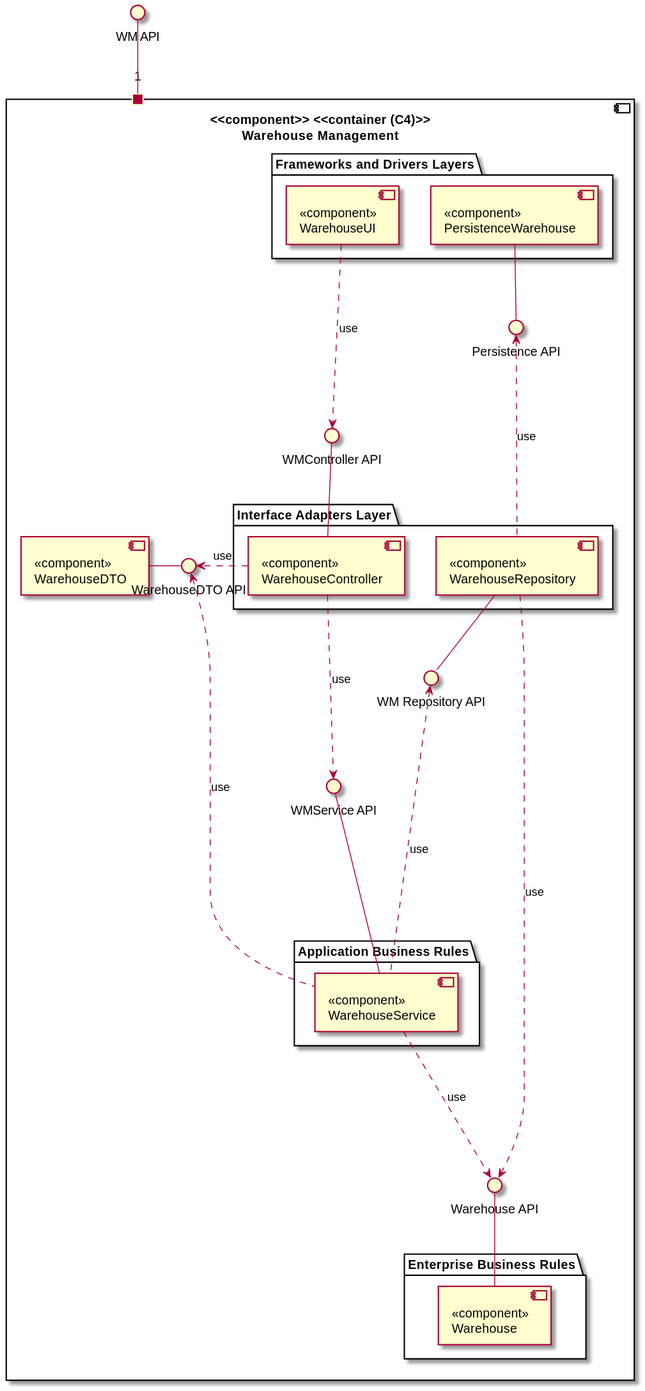
The PlantUML diagram Documents/Deployment Diagrams/Level 3/WarehouseManagement/Logic View/Level 3 - Logic View - WM.svg in 0franciscor/dei_3dj_057, before a commit.
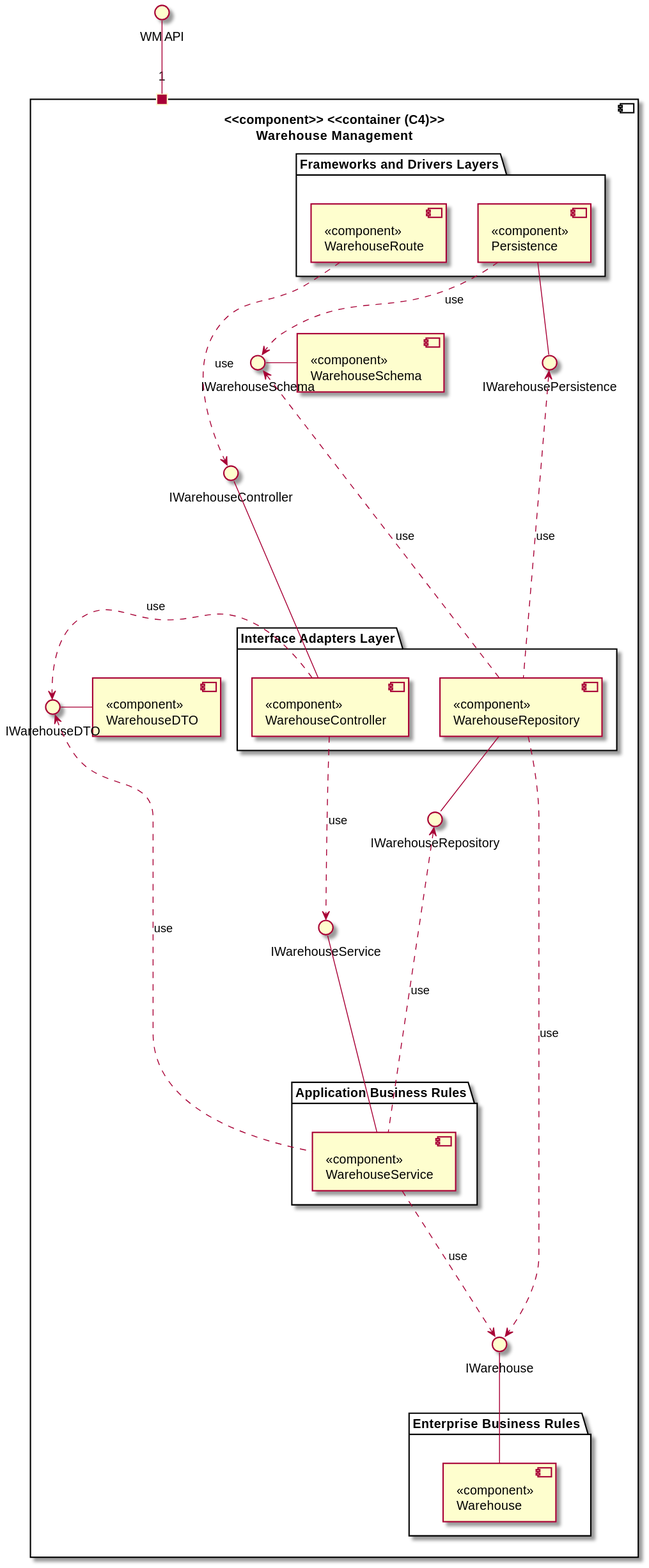
After the change.

Commit message:
#25 - Aletrações no diagrama de vista lógica nível 3 da compenente de gestão de armazéns

Diff of the diagram source:
```diff
@@ -5,8 +5,8 @@
 
     portin 1
     package "Frameworks and Drivers Layers" {
-        component "<<component>>\nWarehouseUI" as UI
-        component "<<component>>\nPersistenceWarehouse" as PRT
+        component "<<component>>\nWarehouseRoute" as UI
+        component "<<component>>\nPersistence" as PRT
 
     }
 
@@ -17,12 +17,14 @@
     }
 
     component "<<component>>\nWarehouseDTO" as DTO
-    interface "WMController API" as API1
-    interface "WMService API" as API2
-    interface "Persistence API" as API3
-    interface "Warehouse API" as API4
-    interface "WM Repository API" as API5
-    interface "WarehouseDTO API" as API6
+    component "<<component>>\nWarehouseSchema" as SCHEMA
+    interface "IWarehouseController" as API1
+    interface "IWarehouseService" as API2
+    interface "IWarehousePersistence" as API3
+    interface "IWarehouse" as API4
+    interface "IWarehouseRepository" as API5
+    interface "IWarehouseDTO" as API6
+    interface "IWarehouseSchema" as API7
 
     package "Application Business Rules" {
         component "<<component>>\nWarehouseService" as SV
@@ -50,9 +52,13 @@
 SV -up..> API5 : use
 RP -down..> API4 : use
 
-DTO -right- API6
+DTO -left- API6
 CT -right.> API6 : use
 SV -up..> API6 : use
 
+SCHEMA -left- API7
+RP -up...> API7 : use
+
+PRT ..> API7 : use
 
 @enduml
```
